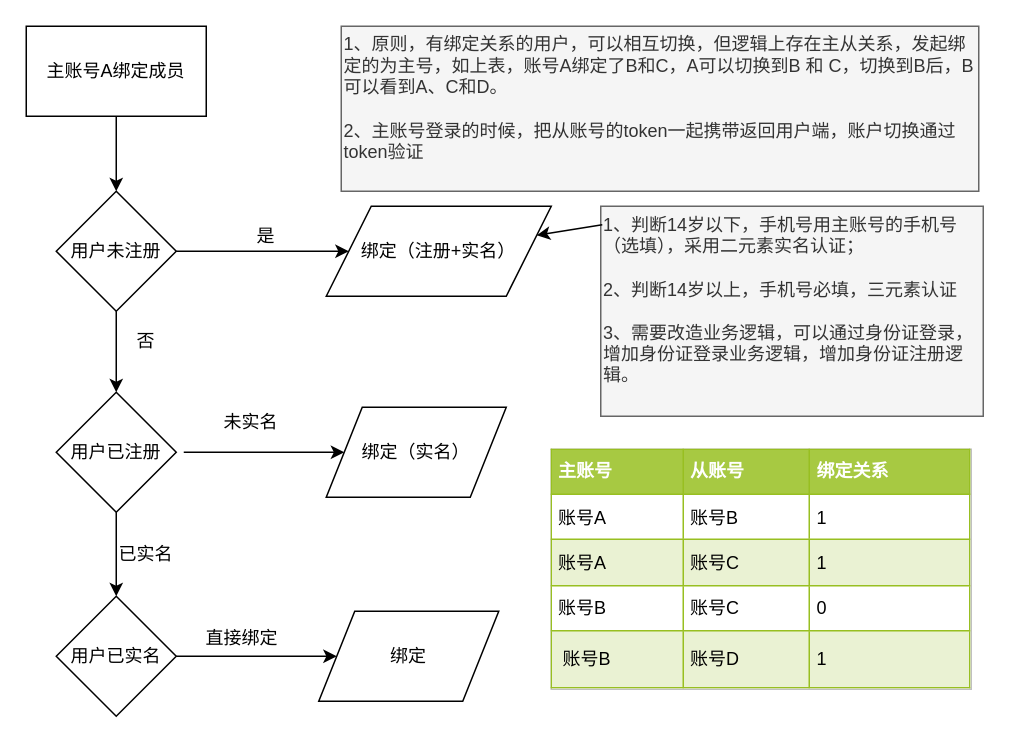
Earlier version of the draw.io diagram Untitled Diagram.drawio (wanglizheng/mind-mapping). Source tidied: cells renumbered, new cells numbered last; positions are measured from the earlier drawing's top-left corner, leaving out a move shared by most shapes. Both pictures are drawn from the tidied source at 150%, with x=0, y=0 at pixel (26, 26).
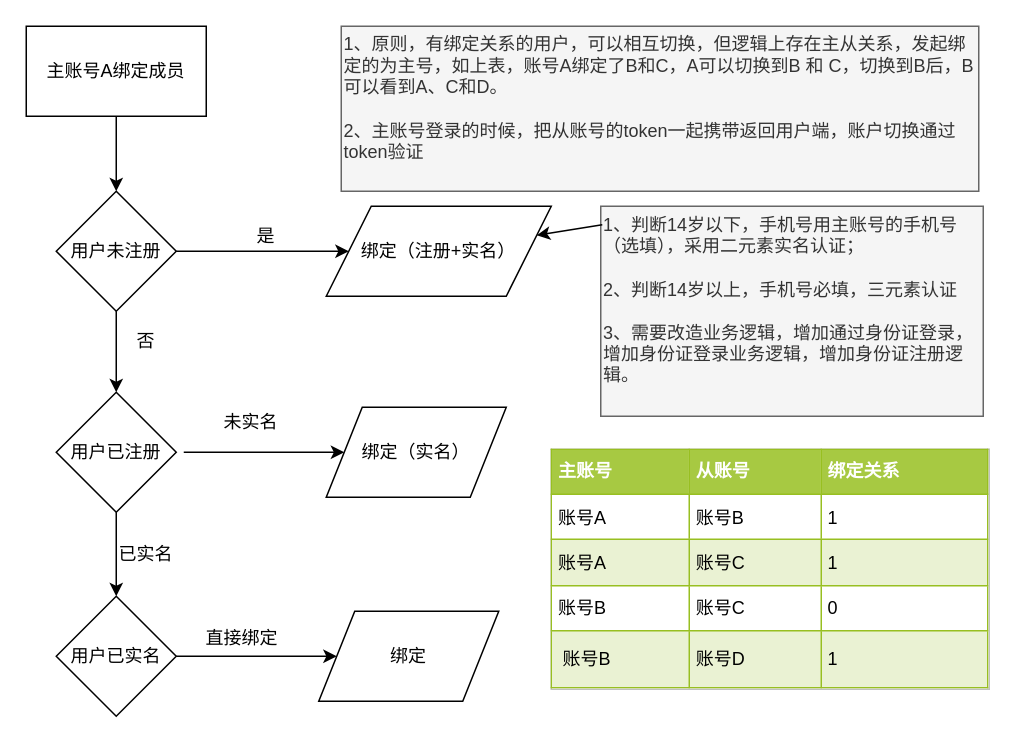
Above is the later version.

The edit, as a diff of the source:
```diff
@@
     <mxCell id="2" value="&lt;table border=&quot;1&quot; width=&quot;100%&quot; cellpadding=&quot;4&quot; style=&quot;width: 100% ; height: 100% ; border-collapse: collapse&quot;&gt;&lt;tbody&gt;&lt;tr style=&quot;background-color: #a7c942 ; color: #ffffff ; border: 1px solid #98bf21&quot;&gt;&lt;th align=&quot;left&quot;&gt;主账号&lt;/th&gt;&lt;th align=&quot;left&quot;&gt;从账号&lt;/th&gt;&lt;th align=&quot;left&quot;&gt;绑定关系&lt;/th&gt;&lt;/tr&gt;&lt;tr style=&quot;border: 1px solid #98bf21&quot;&gt;&lt;td&gt;账号A&lt;/td&gt;&lt;td&gt;账号B&lt;/td&gt;&lt;td&gt;1&lt;/td&gt;&lt;/tr&gt;&lt;tr style=&quot;background-color: #eaf2d3 ; border: 1px solid #98bf21&quot;&gt;&lt;td&gt;账号A&lt;br&gt;&lt;/td&gt;&lt;td&gt;账号C&lt;/td&gt;&lt;td&gt;1&lt;/td&gt;&lt;/tr&gt;&lt;tr style=&quot;border: 1px solid #98bf21&quot;&gt;&lt;td&gt;账号B&lt;br&gt;&lt;/td&gt;&lt;td&gt;账号C&lt;/td&gt;&lt;td&gt;0&lt;/td&gt;&lt;/tr&gt;&lt;tr style=&quot;background-color: #eaf2d3 ; border: 1px solid #98bf21&quot;&gt;&lt;td&gt;&lt;table&gt;&lt;tbody&gt;&lt;tr&gt;&lt;td&gt;账号B&lt;br&gt;&lt;/td&gt;&lt;/tr&gt;&lt;/tbody&gt;&lt;/table&gt;&lt;/td&gt;&lt;td&gt;账号D&lt;/td&gt;&lt;td&gt;1&lt;/td&gt;&lt;/tr&gt;&lt;/tbody&gt;&lt;/table&gt;" style="text;html=1;strokeColor=#c0c0c0;fillColor=#ffffff;overflow=fill;rounded=0;" parent="1" vertex="1">
-      <mxGeometry x="350" y="282" width="280" height="160" as="geometry" />
+      <mxGeometry x="350" y="282" width="292" height="160" as="geometry" />
     </mxCell>
@@
-    <mxCell id="7" value="1、判断14岁以下，手机号用主账号的手机号（选填），采用二元素实名认证；&lt;br&gt;&lt;br&gt;2、判断14岁以上，手机号必填，三元素认证&lt;br&gt;&lt;br&gt;3、需要改造业务逻辑，可以通过身份证登录，增加身份证登录业务逻辑，增加身份证注册逻辑。&lt;br&gt;&lt;br&gt;" style="text;html=1;align=left;verticalAlign=middle;whiteSpace=wrap;rounded=0;fillColor=#f5f5f5;strokeColor=#666666;fontColor=#333333;" parent="1" vertex="1">
+    <mxCell id="7" value="1、判断14岁以下，手机号用主账号的手机号（选填），采用二元素实名认证；&lt;br&gt;&lt;br&gt;2、判断14岁以上，手机号必填，三元素认证&lt;br&gt;&lt;br&gt;3、需要改造业务逻辑，增加通过身份证登录，增加身份证登录业务逻辑，增加身份证注册逻辑。&lt;br&gt;&lt;br&gt;" style="text;html=1;align=left;verticalAlign=middle;whiteSpace=wrap;rounded=0;fillColor=#f5f5f5;strokeColor=#666666;fontColor=#333333;" parent="1" vertex="1">
       <mxGeometry x="383" y="120" width="255" height="140" as="geometry" />
     </mxCell>
```
